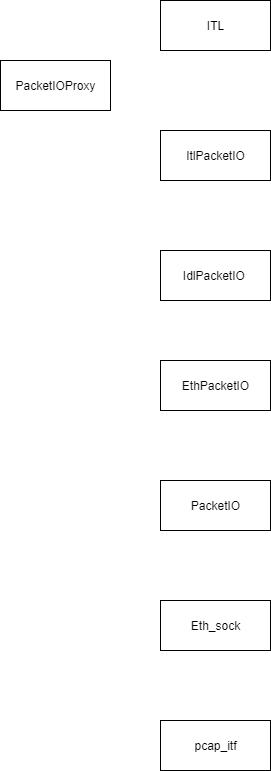
The draw.io diagram UML/Pcap.drawio.png in Steve888888/FN-Redundancy, before a commit. Source tidied: cells renumbered, new cells last; positions are measured from the earlier drawing's top-left corner, leaving out a move shared by most shapes.
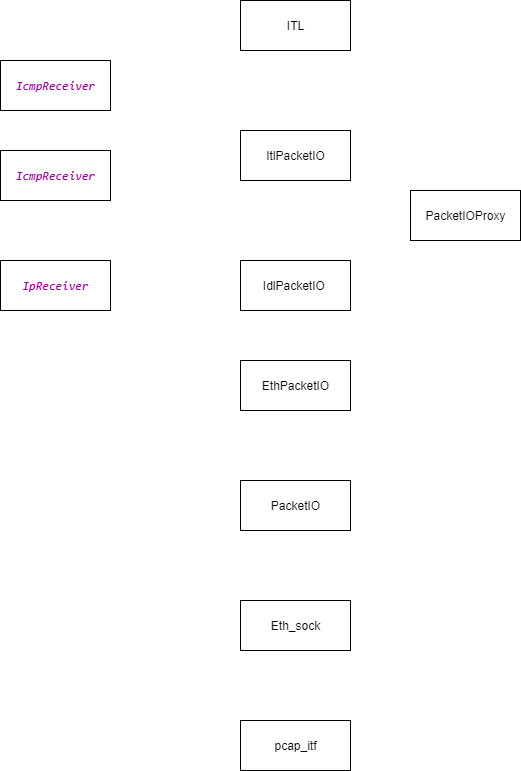
Above is the later version.

Change to the diagram source:
```diff
@@ -6,7 +6,7 @@
       <mxGeometry x="160" y="480" width="110" height="50" as="geometry" />
     </mxCell>
     <mxCell id="3" value="PacketIOProxy" style="html=1;whiteSpace=wrap;" parent="1" vertex="1">
-      <mxGeometry y="60" width="110" height="50" as="geometry" />
+      <mxGeometry x="330" y="190" width="110" height="50" as="geometry" />
     </mxCell>
     <mxCell id="4" value="ITL" style="html=1;whiteSpace=wrap;" parent="1" vertex="1">
       <mxGeometry x="160" width="110" height="50" as="geometry" />
@@ -21,10 +21,19 @@
       <mxGeometry x="160" y="360" width="110" height="50" as="geometry" />
     </mxCell>
     <mxCell id="8" value="IdlPacketIO&amp;nbsp;" style="html=1;whiteSpace=wrap;" parent="1" vertex="1">
-      <mxGeometry x="160" y="250" width="110" height="50" as="geometry" />
+      <mxGeometry x="160" y="260" width="110" height="50" as="geometry" />
     </mxCell>
     <mxCell id="9" value="ItlPacketIO" style="html=1;whiteSpace=wrap;" parent="1" vertex="1">
       <mxGeometry x="160" y="130" width="110" height="50" as="geometry" />
     </mxCell>
+    <mxCell id="10" value="&lt;pre style=&quot;border: 0px; margin-top: 0px; margin-bottom: 0px; text-align: start; background-color: rgb(255, 255, 255);&quot;&gt;&lt;a style=&quot;color: rgb(153, 0, 153); font-weight: bold; font-style: italic;&quot; class=&quot;xc intelliWindow-symbol&quot; href=&quot;http://10.109.3.217/s?refs=IpReceiver&amp;amp;project=sw&quot;&gt;IpReceiver&lt;/a&gt;&lt;/pre&gt;" style="html=1;whiteSpace=wrap;" parent="1" vertex="1">
+      <mxGeometry x="-80" y="260" width="110" height="50" as="geometry" />
+    </mxCell>
+    <mxCell id="11" value="&lt;pre style=&quot;border: 0px; margin-top: 0px; margin-bottom: 0px; text-align: start; background-color: rgb(255, 255, 255);&quot;&gt;&lt;pre style=&quot;border: 0px; margin-top: 0px; margin-bottom: 0px;&quot;&gt;&lt;a style=&quot;color: rgb(153, 0, 153); font-weight: bold; font-style: italic;&quot; class=&quot;xc intelliWindow-symbol&quot; href=&quot;http://10.109.3.217/s?refs=IcmpReceiver&amp;amp;project=sw&quot;&gt;IcmpReceiver&lt;/a&gt;&lt;/pre&gt;&lt;/pre&gt;" style="html=1;whiteSpace=wrap;" parent="1" vertex="1">
+      <mxGeometry x="-80" y="150" width="110" height="50" as="geometry" />
+    </mxCell>
+    <mxCell id="12" value="&lt;pre style=&quot;border: 0px; margin-top: 0px; margin-bottom: 0px; text-align: start; background-color: rgb(255, 255, 255);&quot;&gt;&lt;pre style=&quot;border: 0px; margin-top: 0px; margin-bottom: 0px;&quot;&gt;&lt;a href=&quot;http://10.109.3.217/s?refs=IcmpReceiver&amp;amp;project=sw&quot; class=&quot;xc intelliWindow-symbol&quot; style=&quot;color: rgb(153, 0, 153); font-weight: bold; font-style: italic;&quot;&gt;IcmpReceiver&lt;/a&gt;&lt;/pre&gt;&lt;/pre&gt;" style="html=1;whiteSpace=wrap;" parent="1" vertex="1">
+      <mxGeometry x="-80" y="60" width="110" height="50" as="geometry" />
+    </mxCell>
   </root>
 </mxGraphModel>
```
